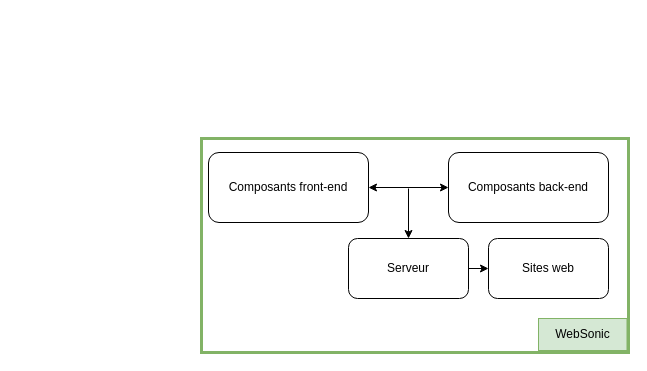
This is WebSonic architecture base applicative.drawio from cjour/audit_logistics, a draw.io file, before an edit. Source tidied: cells renumbered, new cells numbered last; positions are measured from the earlier drawing's top-left corner, leaving out a move shared by most shapes. Both pictures are drawn from the tidied source at 100%, with x=0, y=0 at pixel (201, 138).
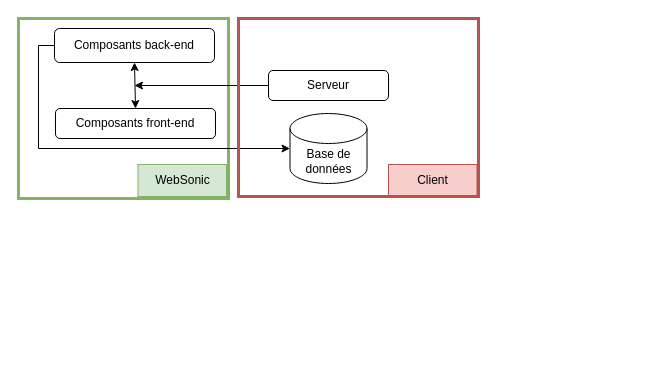
Above is the later version.

Commit message:
Mettre à jour WebSonic architecture base applicative.drawio

Change to the diagram source:
```diff
@@
 <mxGraphModel>
   <root>
     <mxCell id="0" />
     <mxCell id="1" parent="0" />
-    <mxCell id="2" style="endArrow=classic;html=1;rounded=0;entryX=0.5;entryY=0;entryDx=0;entryDy=0;" parent="1" edge="1" target="6">
-      <mxGeometry relative="1" as="geometry">
-        <mxPoint x="207" y="50" as="sourcePoint" />
-      </mxGeometry>
-    </mxCell>
     <mxCell id="3" style="rounded=0;whiteSpace=wrap;html=1;fillColor=none;strokeColor=#82b366;strokeWidth=3;" parent="1" vertex="1">
-      <mxGeometry width="427" height="214" as="geometry" />
+      <mxGeometry x="-183" y="-120" width="210" height="180" as="geometry" />
     </mxCell>
     <mxCell id="4" value="WebSonic" style="rounded=0;whiteSpace=wrap;html=1;fillColor=#d5e8d4;strokeColor=#82b366;" parent="1" vertex="1">
-      <mxGeometry x="337" y="180" width="88.5" height="32" as="geometry" />
+      <mxGeometry x="-63.5" y="26" width="88.5" height="32" as="geometry" />
     </mxCell>
-    <mxCell id="5" value="Sites web" style="rounded=1;whiteSpace=wrap;html=1;" parent="1" vertex="1">
-      <mxGeometry x="287" y="100" width="120" height="60" as="geometry" />
-    </mxCell>
-    <mxCell id="6" value="Serveur" style="rounded=1;whiteSpace=wrap;html=1;" parent="1" vertex="1">
-      <mxGeometry x="147" y="100" width="120" height="60" as="geometry" />
-    </mxCell>
     <mxCell id="7" value="Composants front-end" style="rounded=1;whiteSpace=wrap;html=1;" parent="1" vertex="1">
-      <mxGeometry x="7" y="14" width="160" height="70" as="geometry" />
+      <mxGeometry x="-146" y="-30" width="160" height="30" as="geometry" />
     </mxCell>
     <mxCell id="8" value="Composants back-end" style="rounded=1;whiteSpace=wrap;html=1;" parent="1" vertex="1">
-      <mxGeometry x="247" y="14" width="160" height="70" as="geometry" />
+      <mxGeometry x="-147" y="-110" width="160" height="34" as="geometry" />
     </mxCell>
-    <mxCell id="9" style="endArrow=classic;startArrow=classic;html=1;rounded=0;exitX=1;exitY=0.5;exitDx=0;exitDy=0;entryX=0;entryY=0.5;entryDx=0;entryDy=0;" parent="1" edge="1" source="7" target="8">
+    <mxCell id="9" style="endArrow=classic;startArrow=classic;html=1;rounded=0;exitX=0.5;exitY=0;exitDx=0;exitDy=0;entryX=0.5;entryY=1;entryDx=0;entryDy=0;" parent="1" edge="1" source="7" target="8">
       <mxGeometry relative="1" as="geometry" />
     </mxCell>
-    <mxCell id="10" style="endArrow=classic;html=1;rounded=0;exitX=1;exitY=0.5;exitDx=0;exitDy=0;entryX=0;entryY=0.5;entryDx=0;entryDy=0;" parent="1" edge="1" source="6" target="5">
-      <mxGeometry relative="1" as="geometry" />
-    </mxCell>
+    <mxCell id="11" value="Client" style="rounded=0;whiteSpace=wrap;html=1;fillColor=#f8cecc;strokeColor=#b85450;" parent="1" vertex="1">
+      <mxGeometry x="187" y="26" width="88.5" height="32" as="geometry" />
+    </mxCell>
+    <mxCell id="12" value="Base de données" style="shape=cylinder3;whiteSpace=wrap;html=1;boundedLbl=1;backgroundOutline=1;size=15;" parent="1" vertex="1">
+      <mxGeometry x="88.5" y="-25" width="77" height="70" as="geometry" />
+    </mxCell>
+    <mxCell id="13" style="endArrow=classic;html=1;rounded=0;entryX=0;entryY=0.5;entryDx=0;entryDy=0;entryPerimeter=0;endFill=1;startArrow=none;startFill=0;exitX=0;exitY=0.5;exitDx=0;exitDy=0;" parent="1" edge="1" source="8" target="12">
+      <mxGeometry relative="1" as="geometry">
+        <Array as="points">
+          <mxPoint x="-163" y="-93" />
+          <mxPoint x="-163" y="10" />
+        </Array>
+      </mxGeometry>
+    </mxCell>
+    <mxCell id="14" style="endArrow=none;html=1;rounded=0;entryX=0;entryY=0.5;entryDx=0;entryDy=0;startArrow=classic;startFill=1;endFill=0;" parent="1" edge="1" target="6">
+      <mxGeometry relative="1" as="geometry">
+        <mxPoint x="-67" y="-53" as="sourcePoint" />
+      </mxGeometry>
+    </mxCell>
+    <mxCell id="6" value="Serveur" style="rounded=1;whiteSpace=wrap;html=1;" parent="1" vertex="1">
+      <mxGeometry x="67" y="-68" width="120" height="30" as="geometry" />
+    </mxCell>
+    <mxCell id="15" style="rounded=0;whiteSpace=wrap;html=1;fillColor=none;strokeColor=#b85450;strokeWidth=3;" parent="1" vertex="1">
+      <mxGeometry x="37" y="-120" width="240" height="178" as="geometry" />
+    </mxCell>
   </root>
 </mxGraphModel>
```
